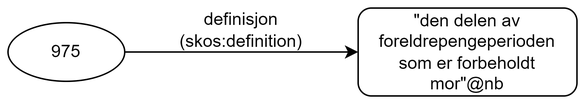
This is docs/images/RDF-eksempel-definisjon-1.png from Informasjonsforvaltning/skos-ap-no-begrep, a draw.io export, as it was before one commit. Source tidied: cells renumbered, new cells last; positions are measured from the earlier drawing's top-left corner, leaving out a move shared by most shapes.
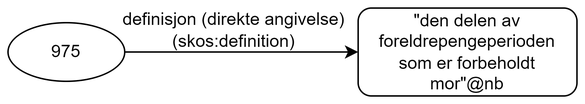
Later version of the same file.

What changed in the source:
```diff
@@ -11,8 +11,8 @@
     <mxCell id="4" style="endArrow=classic;html=1;rounded=0;exitX=1;exitY=0.5;exitDx=0;exitDy=0;entryX=0;entryY=0.5;entryDx=0;entryDy=0;" parent="1" edge="1" source="2" target="3">
       <mxGeometry relative="1" as="geometry" />
     </mxCell>
-    <mxCell id="5" value="definisjon&lt;br&gt;(skos:definition)" style="text;html=1;strokeColor=none;fillColor=none;align=center;verticalAlign=middle;whiteSpace=wrap;rounded=0;" parent="1" vertex="1">
-      <mxGeometry x="130" width="60" height="30" as="geometry" />
+    <mxCell id="5" value="definisjon (direkte angivelse)&lt;br&gt;(skos:definition)" style="text;html=1;strokeColor=none;fillColor=none;align=center;verticalAlign=middle;whiteSpace=wrap;rounded=0;" parent="1" vertex="1">
+      <mxGeometry x="60" width="190" height="30" as="geometry" />
     </mxCell>
   </root>
 </mxGraphModel>
```
